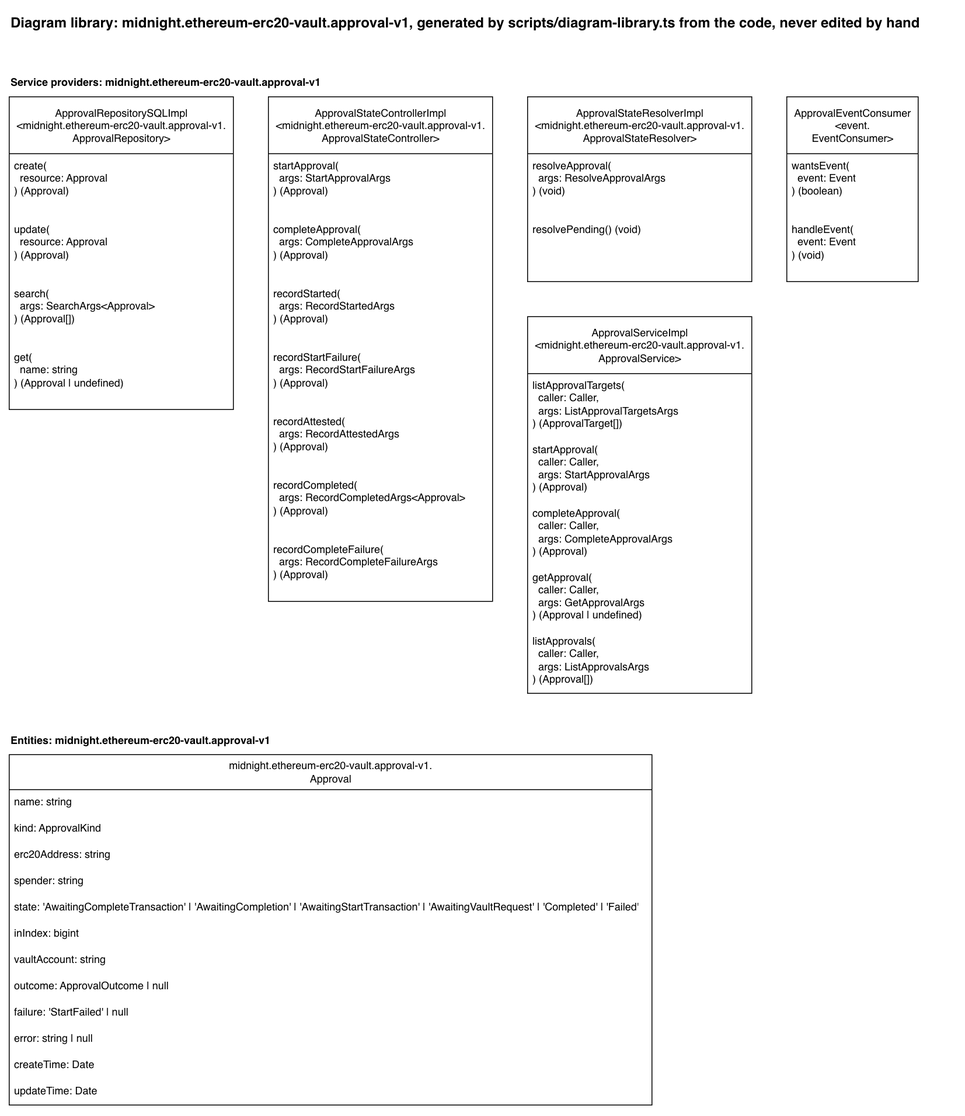
The draw.io diagram docs/diagram-library/midnight/ethereum-erc20-vault/approval-v1/diagram-library.drawio.png in sig-net/full-stack-demo, before a commit. Source tidied: cells renumbered, new cells last; positions are measured from the earlier drawing's top-left corner, leaving out a move shared by most shapes. Its diagram source:
```xml
<mxGraphModel>
  <root>
    <mxCell id="0" />
    <mxCell id="1" parent="0" />
    <mxCell id="2" value="Diagram library: midnight.ethereum-erc20-vault.approval-v1, generated by scripts/diagram-library.ts from the code, never edited by hand" style="text;html=1;fontStyle=1;fontSize=16;" parent="1" vertex="1">
      <mxGeometry width="1081" height="30" as="geometry" />
    </mxCell>
    <mxCell id="3" value="Service providers: midnight.ethereum-erc20-vault.approval-v1" style="text;html=1;fontStyle=1;" parent="1" vertex="1">
      <mxGeometry y="70" width="381" height="20" as="geometry" />
    </mxCell>
    <mxCell id="4" value="ApprovalRepositorySQLImpl&lt;br&gt;&amp;lt;midnight.ethereum-erc20-vault.approval-v1.&lt;br&gt;ApprovalRepository&amp;gt;" style="swimlane;fontStyle=0;horizontal=1;startSize=65;fillColor=default;html=1;fillStyle=solid;" parent="1" vertex="1">
      <mxGeometry y="100" width="256" height="357" as="geometry" />
    </mxCell>
    <mxCell id="5" value="create(&lt;br&gt;&amp;nbsp; resource: Approval&lt;br&gt;) (Approval)" style="text;strokeColor=none;fillColor=none;align=left;verticalAlign=top;spacingLeft=4;spacingRight=4;overflow=hidden;whiteSpace=wrap;html=1;" parent="4" vertex="1">
      <mxGeometry y="65" width="256" height="73" as="geometry" />
    </mxCell>
    <mxCell id="6" value="update(&lt;br&gt;&amp;nbsp; resource: Approval&lt;br&gt;) (Approval)" style="text;strokeColor=none;fillColor=none;align=left;verticalAlign=top;spacingLeft=4;spacingRight=4;overflow=hidden;whiteSpace=wrap;html=1;" parent="4" vertex="1">
      <mxGeometry y="138" width="256" height="73" as="geometry" />
    </mxCell>
    <mxCell id="7" value="search(&lt;br&gt;&amp;nbsp; args: SearchArgs&amp;lt;Approval&amp;gt;&lt;br&gt;) (Approval[])" style="text;strokeColor=none;fillColor=none;align=left;verticalAlign=top;spacingLeft=4;spacingRight=4;overflow=hidden;whiteSpace=wrap;html=1;" parent="4" vertex="1">
      <mxGeometry y="211" width="256" height="73" as="geometry" />
    </mxCell>
    <mxCell id="8" value="get(&lt;br&gt;&amp;nbsp; name: string&lt;br&gt;) (Approval | undefined)" style="text;strokeColor=none;fillColor=none;align=left;verticalAlign=top;spacingLeft=4;spacingRight=4;overflow=hidden;whiteSpace=wrap;html=1;" parent="4" vertex="1">
      <mxGeometry y="284" width="256" height="73" as="geometry" />
    </mxCell>
    <mxCell id="9" value="ApprovalStateControllerImpl&lt;br&gt;&amp;lt;midnight.ethereum-erc20-vault.approval-v1.&lt;br&gt;ApprovalStateController&amp;gt;" style="swimlane;fontStyle=0;horizontal=1;startSize=65;fillColor=default;html=1;fillStyle=solid;" parent="1" vertex="1">
      <mxGeometry x="296" y="100" width="256" height="576" as="geometry" />
    </mxCell>
    <mxCell id="10" value="startApproval(&lt;br&gt;&amp;nbsp; args: StartApprovalArgs&lt;br&gt;) (Approval)" style="text;strokeColor=none;fillColor=none;align=left;verticalAlign=top;spacingLeft=4;spacingRight=4;overflow=hidden;whiteSpace=wrap;html=1;" parent="9" vertex="1">
      <mxGeometry y="65" width="256" height="73" as="geometry" />
    </mxCell>
    <mxCell id="11" value="completeApproval(&lt;br&gt;&amp;nbsp; args: CompleteApprovalArgs&lt;br&gt;) (Approval)" style="text;strokeColor=none;fillColor=none;align=left;verticalAlign=top;spacingLeft=4;spacingRight=4;overflow=hidden;whiteSpace=wrap;html=1;" parent="9" vertex="1">
      <mxGeometry y="138" width="256" height="73" as="geometry" />
    </mxCell>
    <mxCell id="12" value="recordStarted(&lt;br&gt;&amp;nbsp; args: RecordStartedArgs&lt;br&gt;) (Approval)" style="text;strokeColor=none;fillColor=none;align=left;verticalAlign=top;spacingLeft=4;spacingRight=4;overflow=hidden;whiteSpace=wrap;html=1;" parent="9" vertex="1">
      <mxGeometry y="211" width="256" height="73" as="geometry" />
    </mxCell>
    <mxCell id="13" value="recordStartFailure(&lt;br&gt;&amp;nbsp; args: RecordStartFailureArgs&lt;br&gt;) (Approval)" style="text;strokeColor=none;fillColor=none;align=left;verticalAlign=top;spacingLeft=4;spacingRight=4;overflow=hidden;whiteSpace=wrap;html=1;" parent="9" vertex="1">
      <mxGeometry y="284" width="256" height="73" as="geometry" />
    </mxCell>
    <mxCell id="14" value="recordAttested(&lt;br&gt;&amp;nbsp; args: RecordAttestedArgs&lt;br&gt;) (Approval)" style="text;strokeColor=none;fillColor=none;align=left;verticalAlign=top;spacingLeft=4;spacingRight=4;overflow=hidden;whiteSpace=wrap;html=1;" parent="9" vertex="1">
      <mxGeometry y="357" width="256" height="73" as="geometry" />
    </mxCell>
    <mxCell id="15" value="recordCompleted(&lt;br&gt;&amp;nbsp; args: RecordCompletedArgs&amp;lt;Approval&amp;gt;&lt;br&gt;) (Approval)" style="text;strokeColor=none;fillColor=none;align=left;verticalAlign=top;spacingLeft=4;spacingRight=4;overflow=hidden;whiteSpace=wrap;html=1;" parent="9" vertex="1">
      <mxGeometry y="430" width="256" height="73" as="geometry" />
    </mxCell>
    <mxCell id="16" value="recordCompleteFailure(&lt;br&gt;&amp;nbsp; args: RecordCompleteFailureArgs&lt;br&gt;) (Approval)" style="text;strokeColor=none;fillColor=none;align=left;verticalAlign=top;spacingLeft=4;spacingRight=4;overflow=hidden;whiteSpace=wrap;html=1;" parent="9" vertex="1">
      <mxGeometry y="503" width="256" height="73" as="geometry" />
    </mxCell>
    <mxCell id="17" value="ApprovalStateResolverImpl&lt;br&gt;&amp;lt;midnight.ethereum-erc20-vault.approval-v1.&lt;br&gt;ApprovalStateResolver&amp;gt;" style="swimlane;fontStyle=0;horizontal=1;startSize=65;fillColor=default;html=1;fillStyle=solid;" parent="1" vertex="1">
      <mxGeometry x="592" y="100" width="256" height="211" as="geometry" />
    </mxCell>
    <mxCell id="18" value="resolveApproval(&lt;br&gt;&amp;nbsp; args: ResolveApprovalArgs&lt;br&gt;) (void)" style="text;strokeColor=none;fillColor=none;align=left;verticalAlign=top;spacingLeft=4;spacingRight=4;overflow=hidden;whiteSpace=wrap;html=1;" parent="17" vertex="1">
      <mxGeometry y="65" width="256" height="73" as="geometry" />
    </mxCell>
    <mxCell id="19" value="resolvePending() (void)" style="text;strokeColor=none;fillColor=none;align=left;verticalAlign=top;spacingLeft=4;spacingRight=4;overflow=hidden;whiteSpace=wrap;html=1;" parent="17" vertex="1">
      <mxGeometry y="138" width="256" height="73" as="geometry" />
    </mxCell>
    <mxCell id="20" value="ApprovalServiceImpl&lt;br&gt;&amp;lt;midnight.ethereum-erc20-vault.approval-v1.&lt;br&gt;ApprovalService&amp;gt;" style="swimlane;fontStyle=0;horizontal=1;startSize=65;fillColor=default;html=1;fillStyle=solid;" parent="1" vertex="1">
      <mxGeometry x="592" y="351" width="256" height="430" as="geometry" />
    </mxCell>
    <mxCell id="21" value="listApprovalTargets(&lt;br&gt;&amp;nbsp; caller: Caller,&lt;br&gt;&amp;nbsp; args: ListApprovalTargetsArgs&lt;br&gt;) (ApprovalTarget[])" style="text;strokeColor=none;fillColor=none;align=left;verticalAlign=top;spacingLeft=4;spacingRight=4;overflow=hidden;whiteSpace=wrap;html=1;" parent="20" vertex="1">
      <mxGeometry y="65" width="256" height="73" as="geometry" />
    </mxCell>
    <mxCell id="22" value="startApproval(&lt;br&gt;&amp;nbsp; caller: Caller,&lt;br&gt;&amp;nbsp; args: StartApprovalArgs&lt;br&gt;) (Approval)" style="text;strokeColor=none;fillColor=none;align=left;verticalAlign=top;spacingLeft=4;spacingRight=4;overflow=hidden;whiteSpace=wrap;html=1;" parent="20" vertex="1">
      <mxGeometry y="138" width="256" height="73" as="geometry" />
    </mxCell>
    <mxCell id="23" value="completeApproval(&lt;br&gt;&amp;nbsp; caller: Caller,&lt;br&gt;&amp;nbsp; args: CompleteApprovalArgs&lt;br&gt;) (Approval)" style="text;strokeColor=none;fillColor=none;align=left;verticalAlign=top;spacingLeft=4;spacingRight=4;overflow=hidden;whiteSpace=wrap;html=1;" parent="20" vertex="1">
      <mxGeometry y="211" width="256" height="73" as="geometry" />
    </mxCell>
    <mxCell id="24" value="getApproval(&lt;br&gt;&amp;nbsp; caller: Caller,&lt;br&gt;&amp;nbsp; args: GetApprovalArgs&lt;br&gt;) (Approval | undefined)" style="text;strokeColor=none;fillColor=none;align=left;verticalAlign=top;spacingLeft=4;spacingRight=4;overflow=hidden;whiteSpace=wrap;html=1;" parent="20" vertex="1">
      <mxGeometry y="284" width="256" height="73" as="geometry" />
    </mxCell>
    <mxCell id="25" value="listApprovals(&lt;br&gt;&amp;nbsp; caller: Caller,&lt;br&gt;&amp;nbsp; args: ListApprovalsArgs&lt;br&gt;) (Approval[])" style="text;strokeColor=none;fillColor=none;align=left;verticalAlign=top;spacingLeft=4;spacingRight=4;overflow=hidden;whiteSpace=wrap;html=1;" parent="20" vertex="1">
      <mxGeometry y="357" width="256" height="73" as="geometry" />
    </mxCell>
    <mxCell id="26" value="ApprovalEventConsumer&lt;br&gt;&amp;lt;event.&lt;br&gt;EventConsumer&amp;gt;" style="swimlane;fontStyle=0;horizontal=1;startSize=65;fillColor=default;html=1;fillStyle=solid;" parent="1" vertex="1">
      <mxGeometry x="888" y="100" width="150" height="211" as="geometry" />
    </mxCell>
    <mxCell id="27" value="wantsEvent(&lt;br&gt;&amp;nbsp; event: Event&lt;br&gt;) (boolean)" style="text;strokeColor=none;fillColor=none;align=left;verticalAlign=top;spacingLeft=4;spacingRight=4;overflow=hidden;whiteSpace=wrap;html=1;" parent="26" vertex="1">
      <mxGeometry y="65" width="150" height="73" as="geometry" />
    </mxCell>
    <mxCell id="28" value="handleEvent(&lt;br&gt;&amp;nbsp; event: Event&lt;br&gt;) (void)" style="text;strokeColor=none;fillColor=none;align=left;verticalAlign=top;spacingLeft=4;spacingRight=4;overflow=hidden;whiteSpace=wrap;html=1;" parent="26" vertex="1">
      <mxGeometry y="138" width="150" height="73" as="geometry" />
    </mxCell>
    <mxCell id="29" value="Entities: midnight.ethereum-erc20-vault.approval-v1" style="text;html=1;fontStyle=1;" parent="1" vertex="1">
      <mxGeometry y="821" width="323" height="20" as="geometry" />
    </mxCell>
    <mxCell id="30" value="midnight.ethereum-erc20-vault.approval-v1.&lt;br&gt;Approval" style="swimlane;fontStyle=0;horizontal=1;startSize=40;fillColor=default;html=1;fillStyle=solid;" parent="1" vertex="1">
      <mxGeometry y="851" width="734" height="400" as="geometry" />
    </mxCell>
    <mxCell id="31" value="name: string" style="text;strokeColor=none;fillColor=none;align=left;verticalAlign=top;spacingLeft=4;spacingRight=4;overflow=hidden;whiteSpace=wrap;html=1;" parent="30" vertex="1">
      <mxGeometry y="40" width="734" height="30" as="geometry" />
    </mxCell>
    <mxCell id="32" value="kind: ApprovalKind" style="text;strokeColor=none;fillColor=none;align=left;verticalAlign=top;spacingLeft=4;spacingRight=4;overflow=hidden;whiteSpace=wrap;html=1;" parent="30" vertex="1">
      <mxGeometry y="70" width="734" height="30" as="geometry" />
    </mxCell>
    <mxCell id="33" value="erc20Address: string" style="text;strokeColor=none;fillColor=none;align=left;verticalAlign=top;spacingLeft=4;spacingRight=4;overflow=hidden;whiteSpace=wrap;html=1;" parent="30" vertex="1">
      <mxGeometry y="100" width="734" height="30" as="geometry" />
    </mxCell>
    <mxCell id="34" value="spender: string" style="text;strokeColor=none;fillColor=none;align=left;verticalAlign=top;spacingLeft=4;spacingRight=4;overflow=hidden;whiteSpace=wrap;html=1;" parent="30" vertex="1">
      <mxGeometry y="130" width="734" height="30" as="geometry" />
    </mxCell>
    <mxCell id="35" value="state: 'AwaitingCompleteTransaction' | 'AwaitingCompletion' | 'AwaitingStartTransaction' | 'AwaitingVaultRequest' | 'Completed' | 'Failed'" style="text;strokeColor=none;fillColor=none;align=left;verticalAlign=top;spacingLeft=4;spacingRight=4;overflow=hidden;whiteSpace=wrap;html=1;" parent="30" vertex="1">
      <mxGeometry y="160" width="734" height="30" as="geometry" />
    </mxCell>
    <mxCell id="36" value="inIndex: bigint" style="text;strokeColor=none;fillColor=none;align=left;verticalAlign=top;spacingLeft=4;spacingRight=4;overflow=hidden;whiteSpace=wrap;html=1;" parent="30" vertex="1">
      <mxGeometry y="190" width="734" height="30" as="geometry" />
    </mxCell>
    <mxCell id="37" value="vaultAccount: string" style="text;strokeColor=none;fillColor=none;align=left;verticalAlign=top;spacingLeft=4;spacingRight=4;overflow=hidden;whiteSpace=wrap;html=1;" parent="30" vertex="1">
      <mxGeometry y="220" width="734" height="30" as="geometry" />
    </mxCell>
    <mxCell id="38" value="outcome: ApprovalOutcome | null" style="text;strokeColor=none;fillColor=none;align=left;verticalAlign=top;spacingLeft=4;spacingRight=4;overflow=hidden;whiteSpace=wrap;html=1;" parent="30" vertex="1">
      <mxGeometry y="250" width="734" height="30" as="geometry" />
    </mxCell>
    <mxCell id="39" value="failure: 'StartFailed' | null" style="text;strokeColor=none;fillColor=none;align=left;verticalAlign=top;spacingLeft=4;spacingRight=4;overflow=hidden;whiteSpace=wrap;html=1;" parent="30" vertex="1">
      <mxGeometry y="280" width="734" height="30" as="geometry" />
    </mxCell>
    <mxCell id="40" value="error: string | null" style="text;strokeColor=none;fillColor=none;align=left;verticalAlign=top;spacingLeft=4;spacingRight=4;overflow=hidden;whiteSpace=wrap;html=1;" parent="30" vertex="1">
      <mxGeometry y="310" width="734" height="30" as="geometry" />
    </mxCell>
    <mxCell id="41" value="createTime: Date" style="text;strokeColor=none;fillColor=none;align=left;verticalAlign=top;spacingLeft=4;spacingRight=4;overflow=hidden;whiteSpace=wrap;html=1;" parent="30" vertex="1">
      <mxGeometry y="340" width="734" height="30" as="geometry" />
    </mxCell>
    <mxCell id="42" value="updateTime: Date" style="text;strokeColor=none;fillColor=none;align=left;verticalAlign=top;spacingLeft=4;spacingRight=4;overflow=hidden;whiteSpace=wrap;html=1;" parent="30" vertex="1">
      <mxGeometry y="370" width="734" height="30" as="geometry" />
    </mxCell>
  </root>
</mxGraphModel>
```
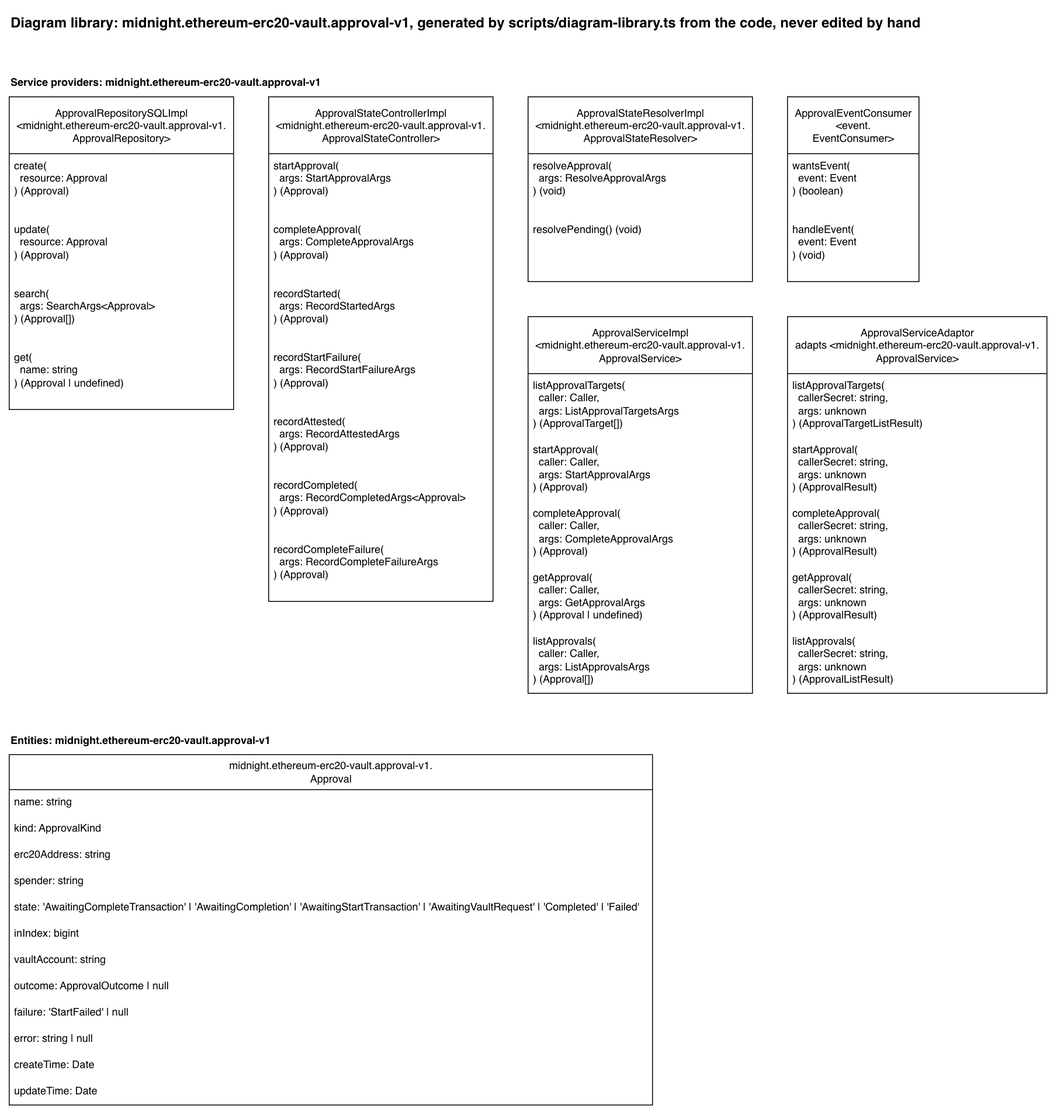
The same file after the commit.

Change to the diagram source:
```diff
@@ -83,6 +83,24 @@
     <mxCell id="28" value="handleEvent(&lt;br&gt;&amp;nbsp; event: Event&lt;br&gt;) (void)" style="text;strokeColor=none;fillColor=none;align=left;verticalAlign=top;spacingLeft=4;spacingRight=4;overflow=hidden;whiteSpace=wrap;html=1;" parent="26" vertex="1">
       <mxGeometry y="138" width="150" height="73" as="geometry" />
     </mxCell>
+    <mxCell id="43" value="ApprovalServiceAdaptor&lt;br&gt;adapts &amp;lt;midnight.ethereum-erc20-vault.approval-v1.&lt;br&gt;ApprovalService&amp;gt;" style="swimlane;fontStyle=0;horizontal=1;startSize=65;fillColor=default;html=1;fillStyle=solid;" parent="1" vertex="1">
+      <mxGeometry x="888" y="351" width="296" height="430" as="geometry" />
+    </mxCell>
+    <mxCell id="44" value="listApprovalTargets(&lt;br&gt;&amp;nbsp; callerSecret: string,&lt;br&gt;&amp;nbsp; args: unknown&lt;br&gt;) (ApprovalTargetListResult)" style="text;strokeColor=none;fillColor=none;align=left;verticalAlign=top;spacingLeft=4;spacingRight=4;overflow=hidden;whiteSpace=wrap;html=1;" parent="43" vertex="1">
+      <mxGeometry y="65" width="296" height="73" as="geometry" />
+    </mxCell>
+    <mxCell id="45" value="startApproval(&lt;br&gt;&amp;nbsp; callerSecret: string,&lt;br&gt;&amp;nbsp; args: unknown&lt;br&gt;) (ApprovalResult)" style="text;strokeColor=none;fillColor=none;align=left;verticalAlign=top;spacingLeft=4;spacingRight=4;overflow=hidden;whiteSpace=wrap;html=1;" parent="43" vertex="1">
+      <mxGeometry y="138" width="296" height="73" as="geometry" />
+    </mxCell>
+    <mxCell id="46" value="completeApproval(&lt;br&gt;&amp;nbsp; callerSecret: string,&lt;br&gt;&amp;nbsp; args: unknown&lt;br&gt;) (ApprovalResult)" style="text;strokeColor=none;fillColor=none;align=left;verticalAlign=top;spacingLeft=4;spacingRight=4;overflow=hidden;whiteSpace=wrap;html=1;" parent="43" vertex="1">
+      <mxGeometry y="211" width="296" height="73" as="geometry" />
+    </mxCell>
+    <mxCell id="47" value="getApproval(&lt;br&gt;&amp;nbsp; callerSecret: string,&lt;br&gt;&amp;nbsp; args: unknown&lt;br&gt;) (ApprovalResult)" style="text;strokeColor=none;fillColor=none;align=left;verticalAlign=top;spacingLeft=4;spacingRight=4;overflow=hidden;whiteSpace=wrap;html=1;" parent="43" vertex="1">
+      <mxGeometry y="284" width="296" height="73" as="geometry" />
+    </mxCell>
+    <mxCell id="48" value="listApprovals(&lt;br&gt;&amp;nbsp; callerSecret: string,&lt;br&gt;&amp;nbsp; args: unknown&lt;br&gt;) (ApprovalListResult)" style="text;strokeColor=none;fillColor=none;align=left;verticalAlign=top;spacingLeft=4;spacingRight=4;overflow=hidden;whiteSpace=wrap;html=1;" parent="43" vertex="1">
+      <mxGeometry y="357" width="296" height="73" as="geometry" />
+    </mxCell>
     <mxCell id="29" value="Entities: midnight.ethereum-erc20-vault.approval-v1" style="text;html=1;fontStyle=1;" parent="1" vertex="1">
       <mxGeometry y="821" width="323" height="20" as="geometry" />
     </mxCell>
```
